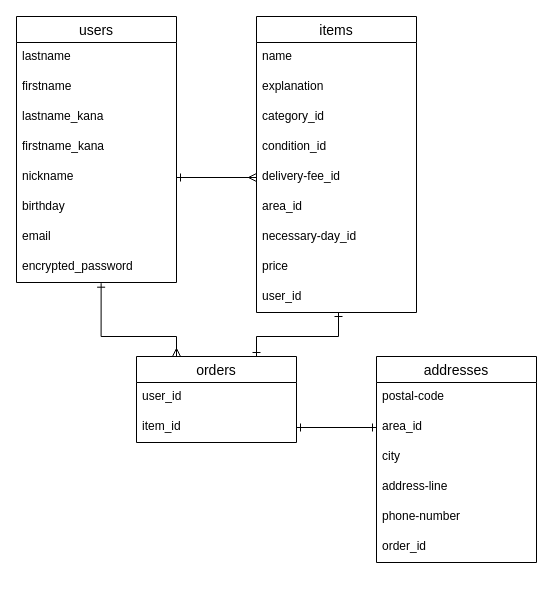
The draw.io diagram ER.dio in masaki511/furima-31545, before the edit. Source tidied: cells renumbered, new cells numbered last; positions are measured from the earlier drawing's top-left corner, leaving out a move shared by most shapes. Both pictures are drawn from the tidied source at 100%, with x=0, y=0 at pixel (16, 16).
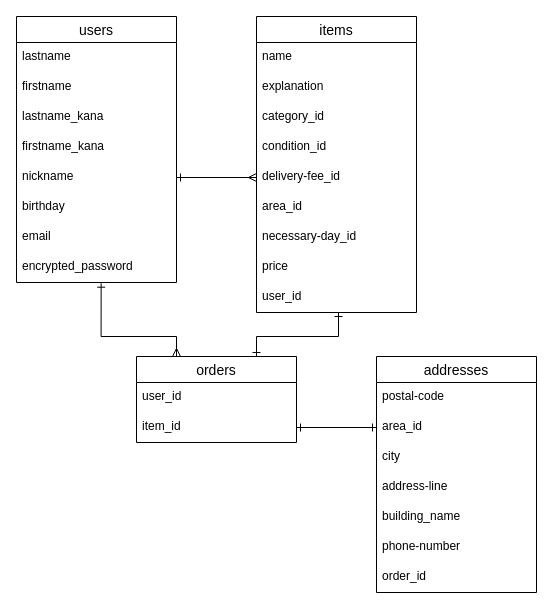
The same diagram, later.

Commit message (it also covers changes not shown here):
データベース設計の修正_建物名カラムの追加

The edit, as a diff of the source:
```diff
@@
     <mxCell id="26" value="addresses" style="swimlane;fontStyle=0;horizontal=1;startSize=26;align=center;fontSize=14;" parent="1" vertex="1">
-      <mxGeometry x="360" y="340" width="160" height="206" as="geometry" />
+      <mxGeometry x="360" y="340" width="160" height="236" as="geometry" />
     </mxCell>
@@
+    <mxCell id="35" value="building_name" style="text;strokeColor=none;fillColor=none;spacingLeft=4;spacingRight=4;overflow=hidden;fontSize=12;" parent="26" vertex="1">
+      <mxGeometry y="146" width="160" height="30" as="geometry" />
+    </mxCell>
     <mxCell id="31" value="phone-number" style="text;strokeColor=none;fillColor=none;spacingLeft=4;spacingRight=4;overflow=hidden;fontSize=12;" parent="26" vertex="1">
-      <mxGeometry y="146" width="160" height="30" as="geometry" />
+      <mxGeometry y="176" width="160" height="30" as="geometry" />
     </mxCell>
     <mxCell id="32" value="order_id" style="text;strokeColor=none;fillColor=none;spacingLeft=4;spacingRight=4;overflow=hidden;fontSize=12;" parent="26" vertex="1">
-      <mxGeometry y="176" width="160" height="30" as="geometry" />
+      <mxGeometry y="206" width="160" height="30" as="geometry" />
     </mxCell>
```
